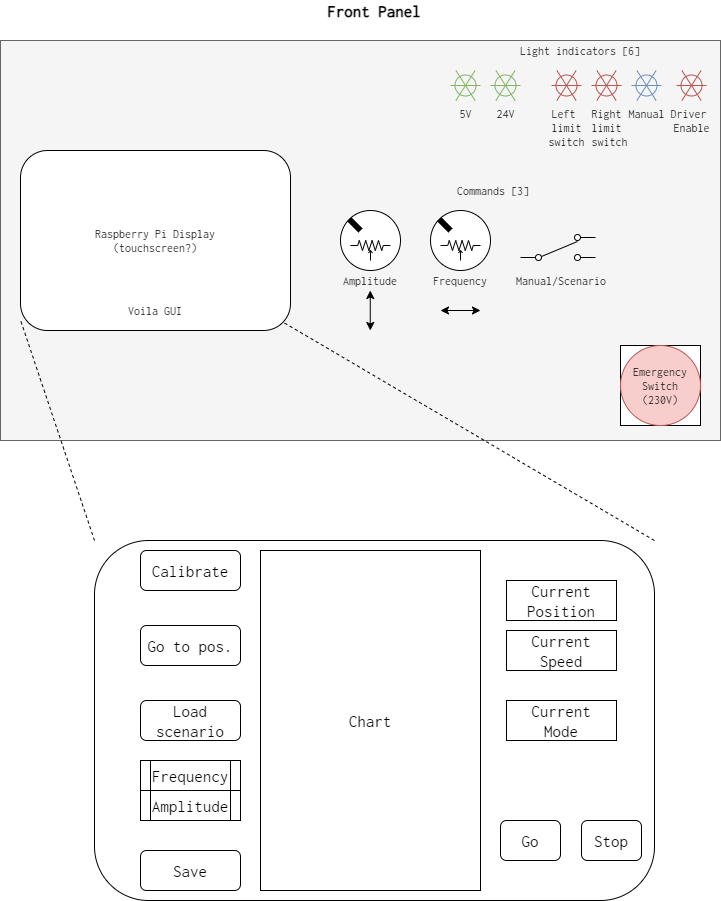
Above: Design Ressources/Mini Shake Front Panel.png in Saultes45/Mini-Shake-Table-UoA (draw.io), before the change. Source tidied: cells renumbered, new cells last; positions are measured from the earlier drawing's top-left corner, leaving out a move shared by most shapes.
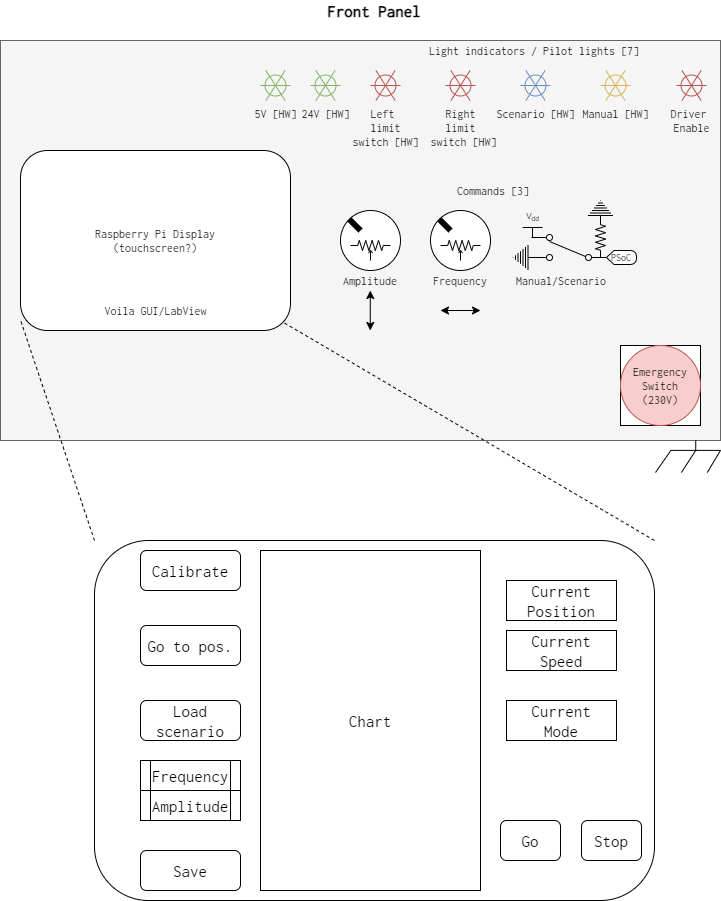
The same file after the commit.

Change to the diagram source:
```diff
@@ -2,7 +2,7 @@
   <root>
     <mxCell id="0" />
     <mxCell id="1" parent="0" />
-    <mxCell id="2" style="rounded=0;whiteSpace=wrap;html=1;fillColor=#f5f5f5;strokeColor=#666666;fontColor=#333333;" parent="1" vertex="1">
+    <mxCell id="2" value="c" style="rounded=0;whiteSpace=wrap;html=1;fillColor=#f5f5f5;strokeColor=#666666;fontColor=#333333;" parent="1" vertex="1">
       <mxGeometry y="40" width="720" height="400" as="geometry" />
     </mxCell>
     <mxCell id="3" value="Front Panel" style="text;html=1;strokeColor=none;fillColor=none;align=center;verticalAlign=middle;whiteSpace=wrap;rounded=0;fontFamily=Inconsolata;fontSource=https%3A%2F%2Ffonts.googleapis.com%2Fcss%3Ffamily%3DInconsolata;fontStyle=1;fontSize=17;" parent="1" vertex="1">
@@ -23,8 +23,8 @@
     <mxCell id="8" value="Emergency Switch&lt;br&gt;(230V)" style="ellipse;whiteSpace=wrap;html=1;fontFamily=Inconsolata;fontSource=https%3A%2F%2Ffonts.googleapis.com%2Fcss%3Ffamily%3DInconsolata;fillColor=#f8cecc;strokeColor=#b85450;" parent="1" vertex="1">
       <mxGeometry x="620" y="345" width="80" height="80" as="geometry" />
     </mxCell>
-    <mxCell id="9" value="Voila GUI" style="text;html=1;strokeColor=none;fillColor=none;align=center;verticalAlign=middle;whiteSpace=wrap;rounded=0;fontFamily=Inconsolata;fontSource=https%3A%2F%2Ffonts.googleapis.com%2Fcss%3Ffamily%3DInconsolata;" parent="1" vertex="1">
-      <mxGeometry x="125" y="300" width="60" height="20" as="geometry" />
+    <mxCell id="9" value="Voila GUI/LabView" style="text;html=1;strokeColor=none;fillColor=none;align=center;verticalAlign=middle;whiteSpace=wrap;rounded=0;fontFamily=Inconsolata;fontSource=https%3A%2F%2Ffonts.googleapis.com%2Fcss%3Ffamily%3DInconsolata;" parent="1" vertex="1">
+      <mxGeometry x="97.5" y="300" width="115" height="20" as="geometry" />
     </mxCell>
     <mxCell id="10" style="endArrow=none;html=1;fontFamily=Inconsolata;fontSource=https%3A%2F%2Ffonts.googleapis.com%2Fcss%3Ffamily%3DInconsolata;entryX=0;entryY=0;entryDx=0;entryDy=0;endSize=6;strokeWidth=6;" parent="1" edge="1" target="5">
       <mxGeometry relative="1" as="geometry">
@@ -60,32 +60,32 @@
         <mxPoint x="440" y="310" as="targetPoint" />
       </mxGeometry>
     </mxCell>
-    <mxCell id="18" value="&lt;div&gt;&lt;span&gt;Left&amp;nbsp;&lt;/span&gt;&lt;/div&gt;&lt;div&gt;&lt;span&gt;limit&lt;/span&gt;&lt;/div&gt;&lt;div&gt;&lt;span&gt;switch&lt;/span&gt;&lt;/div&gt;" style="verticalLabelPosition=bottom;shadow=0;dashed=0;align=center;html=1;verticalAlign=top;shape=mxgraph.electrical.electro-mechanical.pilot_light;fontFamily=Inconsolata;fontSource=https%3A%2F%2Ffonts.googleapis.com%2Fcss%3Ffamily%3DInconsolata;fillColor=#f8cecc;strokeColor=#b85450;" parent="1" vertex="1">
-      <mxGeometry x="551" y="70" width="30" height="30" as="geometry" />
+    <mxCell id="18" value="&lt;div&gt;&lt;span&gt;Left&amp;nbsp;&lt;/span&gt;&lt;/div&gt;&lt;div&gt;&lt;span&gt;limit&lt;/span&gt;&lt;/div&gt;&lt;div&gt;&lt;span&gt;switch [HW]&lt;/span&gt;&lt;/div&gt;" style="verticalLabelPosition=bottom;shadow=0;dashed=0;align=center;html=1;verticalAlign=top;shape=mxgraph.electrical.electro-mechanical.pilot_light;fontFamily=Inconsolata;fontSource=https%3A%2F%2Ffonts.googleapis.com%2Fcss%3Ffamily%3DInconsolata;fillColor=#f8cecc;strokeColor=#b85450;" parent="1" vertex="1">
+      <mxGeometry x="370" y="70" width="30" height="30" as="geometry" />
     </mxCell>
-    <mxCell id="19" value="Light indicators [6]" style="text;html=1;strokeColor=none;fillColor=none;align=center;verticalAlign=middle;whiteSpace=wrap;rounded=0;fontFamily=Inconsolata;fontSource=https%3A%2F%2Ffonts.googleapis.com%2Fcss%3Ffamily%3DInconsolata;" parent="1" vertex="1">
-      <mxGeometry x="460" y="40" width="240" height="20" as="geometry" />
+    <mxCell id="19" value="Light indicators / Pilot lights [7]" style="text;html=1;strokeColor=none;fillColor=none;align=center;verticalAlign=middle;whiteSpace=wrap;rounded=0;fontFamily=Inconsolata;fontSource=https%3A%2F%2Ffonts.googleapis.com%2Fcss%3Ffamily%3DInconsolata;" parent="1" vertex="1">
+      <mxGeometry x="414" y="40" width="240" height="20" as="geometry" />
     </mxCell>
     <mxCell id="20" value="Commands [3]" style="text;html=1;strokeColor=none;fillColor=none;align=center;verticalAlign=middle;whiteSpace=wrap;rounded=0;fontFamily=Inconsolata;fontSource=https%3A%2F%2Ffonts.googleapis.com%2Fcss%3Ffamily%3DInconsolata;" parent="1" vertex="1">
       <mxGeometry x="440" y="180" width="106" height="20" as="geometry" />
     </mxCell>
-    <mxCell id="21" value="24V" style="verticalLabelPosition=bottom;shadow=0;dashed=0;align=center;html=1;verticalAlign=top;shape=mxgraph.electrical.electro-mechanical.pilot_light;fontFamily=Inconsolata;fontSource=https%3A%2F%2Ffonts.googleapis.com%2Fcss%3Ffamily%3DInconsolata;fillColor=#d5e8d4;strokeColor=#82b366;" parent="1" vertex="1">
-      <mxGeometry x="490" y="70" width="30" height="30" as="geometry" />
+    <mxCell id="21" value="24V [HW]" style="verticalLabelPosition=bottom;shadow=0;dashed=0;align=center;html=1;verticalAlign=top;shape=mxgraph.electrical.electro-mechanical.pilot_light;fontFamily=Inconsolata;fontSource=https%3A%2F%2Ffonts.googleapis.com%2Fcss%3Ffamily%3DInconsolata;fillColor=#d5e8d4;strokeColor=#82b366;" parent="1" vertex="1">
+      <mxGeometry x="310" y="70" width="30" height="30" as="geometry" />
     </mxCell>
-    <mxCell id="22" value="5V" style="verticalLabelPosition=bottom;shadow=0;dashed=0;align=center;html=1;verticalAlign=top;shape=mxgraph.electrical.electro-mechanical.pilot_light;fontFamily=Inconsolata;fontSource=https%3A%2F%2Ffonts.googleapis.com%2Fcss%3Ffamily%3DInconsolata;fillColor=#d5e8d4;strokeColor=#82b366;" parent="1" vertex="1">
-      <mxGeometry x="450" y="70" width="30" height="30" as="geometry" />
+    <mxCell id="22" value="5V [HW]" style="verticalLabelPosition=bottom;shadow=0;dashed=0;align=center;html=1;verticalAlign=top;shape=mxgraph.electrical.electro-mechanical.pilot_light;fontFamily=Inconsolata;fontSource=https%3A%2F%2Ffonts.googleapis.com%2Fcss%3Ffamily%3DInconsolata;fillColor=#d5e8d4;strokeColor=#82b366;" parent="1" vertex="1">
+      <mxGeometry x="260" y="70" width="30" height="30" as="geometry" />
     </mxCell>
-    <mxCell id="23" value="Right&lt;br&gt;limit&lt;br&gt;&amp;nbsp;switch" style="verticalLabelPosition=bottom;shadow=0;dashed=0;align=center;html=1;verticalAlign=top;shape=mxgraph.electrical.electro-mechanical.pilot_light;fontFamily=Inconsolata;fontSource=https%3A%2F%2Ffonts.googleapis.com%2Fcss%3Ffamily%3DInconsolata;fillColor=#f8cecc;strokeColor=#b85450;" parent="1" vertex="1">
-      <mxGeometry x="591" y="70" width="30" height="30" as="geometry" />
+    <mxCell id="23" value="Right&lt;br&gt;limit&lt;br&gt;&amp;nbsp;switch [HW]" style="verticalLabelPosition=bottom;shadow=0;dashed=0;align=center;html=1;verticalAlign=top;shape=mxgraph.electrical.electro-mechanical.pilot_light;fontFamily=Inconsolata;fontSource=https%3A%2F%2Ffonts.googleapis.com%2Fcss%3Ffamily%3DInconsolata;fillColor=#f8cecc;strokeColor=#b85450;" parent="1" vertex="1">
+      <mxGeometry x="445" y="70" width="30" height="30" as="geometry" />
     </mxCell>
-    <mxCell id="24" value="Manual" style="verticalLabelPosition=bottom;shadow=0;dashed=0;align=center;html=1;verticalAlign=top;shape=mxgraph.electrical.electro-mechanical.pilot_light;fontFamily=Inconsolata;fontSource=https%3A%2F%2Ffonts.googleapis.com%2Fcss%3Ffamily%3DInconsolata;fillColor=#dae8fc;strokeColor=#6c8ebf;" parent="1" vertex="1">
-      <mxGeometry x="631" y="70" width="30" height="30" as="geometry" />
+    <mxCell id="24" value="Manual [HW]" style="verticalLabelPosition=bottom;shadow=0;dashed=0;align=center;html=1;verticalAlign=top;shape=mxgraph.electrical.electro-mechanical.pilot_light;fontFamily=Inconsolata;fontSource=https%3A%2F%2Ffonts.googleapis.com%2Fcss%3Ffamily%3DInconsolata;fillColor=#fff2cc;strokeColor=#d6b656;" parent="1" vertex="1">
+      <mxGeometry x="600" y="70" width="30" height="30" as="geometry" />
     </mxCell>
     <mxCell id="25" value="Driver &lt;br&gt;Enable" style="verticalLabelPosition=bottom;shadow=0;dashed=0;align=center;html=1;verticalAlign=top;shape=mxgraph.electrical.electro-mechanical.pilot_light;fontFamily=Inconsolata;fontSource=https%3A%2F%2Ffonts.googleapis.com%2Fcss%3Ffamily%3DInconsolata;fillColor=#f8cecc;strokeColor=#b85450;" parent="1" vertex="1">
       <mxGeometry x="676" y="70" width="30" height="30" as="geometry" />
     </mxCell>
-    <mxCell id="26" style="verticalLabelPosition=bottom;shadow=0;dashed=0;align=center;html=1;verticalAlign=top;shape=mxgraph.electrical.electro-mechanical.2-way_switch;fontFamily=Inconsolata;fontSource=https%3A%2F%2Ffonts.googleapis.com%2Fcss%3Ffamily%3DInconsolata;fontSize=17;" parent="1" vertex="1">
-      <mxGeometry x="520" y="234" width="75" height="26" as="geometry" />
+    <mxCell id="26" style="verticalLabelPosition=bottom;shadow=0;dashed=0;align=center;html=1;verticalAlign=top;shape=mxgraph.electrical.electro-mechanical.2-way_switch;fontFamily=Inconsolata;fontSource=https%3A%2F%2Ffonts.googleapis.com%2Fcss%3Ffamily%3DInconsolata;fontSize=17;flipH=1;" parent="1" vertex="1">
+      <mxGeometry x="531" y="234" width="75" height="26" as="geometry" />
     </mxCell>
     <mxCell id="27" value="Manual/Scenario" style="text;html=1;strokeColor=none;fillColor=none;align=center;verticalAlign=middle;whiteSpace=wrap;rounded=0;fontFamily=Inconsolata;fontSource=https%3A%2F%2Ffonts.googleapis.com%2Fcss%3Ffamily%3DInconsolata;" parent="1" vertex="1">
       <mxGeometry x="531" y="270" width="60" height="20" as="geometry" />
@@ -135,5 +135,26 @@
     <mxCell id="42" value="Current&lt;br&gt;Mode" style="rounded=0;whiteSpace=wrap;html=1;fontFamily=Inconsolata;fontSource=https%3A%2F%2Ffonts.googleapis.com%2Fcss%3Ffamily%3DInconsolata;fontSize=17;align=center;" parent="1" vertex="1">
       <mxGeometry x="506" y="700" width="110" height="40" as="geometry" />
     </mxCell>
+    <mxCell id="43" value="Scenario [HW]" style="verticalLabelPosition=bottom;shadow=0;dashed=0;align=center;html=1;verticalAlign=top;shape=mxgraph.electrical.electro-mechanical.pilot_light;fontFamily=Inconsolata;fontSource=https%3A%2F%2Ffonts.googleapis.com%2Fcss%3Ffamily%3DInconsolata;fillColor=#dae8fc;strokeColor=#6c8ebf;" parent="1" vertex="1">
+      <mxGeometry x="520" y="70" width="30" height="30" as="geometry" />
+    </mxCell>
+    <mxCell id="44" value="PSoC" style="shape=display;whiteSpace=wrap;html=1;fontSize=10;fontFamily=Inconsolata;fontSource=https%3A%2F%2Ffonts.googleapis.com%2Fcss%3Ffamily%3DInconsolata;" parent="1" vertex="1">
+      <mxGeometry x="606" y="250" width="30" height="14" as="geometry" />
+    </mxCell>
+    <mxCell id="45" style="verticalLabelPosition=bottom;shadow=0;dashed=0;align=center;html=1;verticalAlign=top;shape=mxgraph.electrical.resistors.resistor_2;fontFamily=Inconsolata;fontSource=https%3A%2F%2Ffonts.googleapis.com%2Fcss%3Ffamily%3DInconsolata;fontSize=10;rotation=-90;" parent="1" vertex="1">
+      <mxGeometry x="580" y="232" width="40" height="10" as="geometry" />
+    </mxCell>
+    <mxCell id="46" style="verticalLabelPosition=bottom;shadow=0;dashed=0;align=center;html=1;verticalAlign=top;shape=mxgraph.electrical.miscellaneous.chassis;fontFamily=Inconsolata;fontSource=https%3A%2F%2Ffonts.googleapis.com%2Fcss%3Ffamily%3DInconsolata;fontSize=10;" parent="1" vertex="1">
+      <mxGeometry x="655" y="440" width="65" height="32" as="geometry" />
+    </mxCell>
+    <mxCell id="47" value="&lt;font style=&quot;font-size: 8px&quot;&gt;V&lt;sub&gt;dd&lt;/sub&gt;&lt;/font&gt;" style="verticalLabelPosition=top;verticalAlign=bottom;shape=mxgraph.electrical.signal_sources.vdd;shadow=0;dashed=0;align=center;strokeWidth=1;fontSize=24;html=1;flipV=1;" parent="1" vertex="1">
+      <mxGeometry x="522" y="227" width="20" height="10" as="geometry" />
+    </mxCell>
+    <mxCell id="48" style="verticalLabelPosition=bottom;shadow=0;dashed=0;align=center;html=1;verticalAlign=top;shape=mxgraph.electrical.signal_sources.protective_earth;fontFamily=Inconsolata;fontSource=https%3A%2F%2Ffonts.googleapis.com%2Fcss%3Ffamily%3DInconsolata;fontSize=10;rotation=90;" parent="1" vertex="1">
+      <mxGeometry x="510" y="247" width="25" height="20" as="geometry" />
+    </mxCell>
+    <mxCell id="49" style="verticalLabelPosition=bottom;shadow=0;dashed=0;align=center;html=1;verticalAlign=top;shape=mxgraph.electrical.signal_sources.protective_earth;fontFamily=Inconsolata;fontSource=https%3A%2F%2Ffonts.googleapis.com%2Fcss%3Ffamily%3DInconsolata;fontSize=10;rotation=-180;" parent="1" vertex="1">
+      <mxGeometry x="587.5" y="200" width="25" height="20" as="geometry" />
+    </mxCell>
   </root>
 </mxGraphModel>
```
